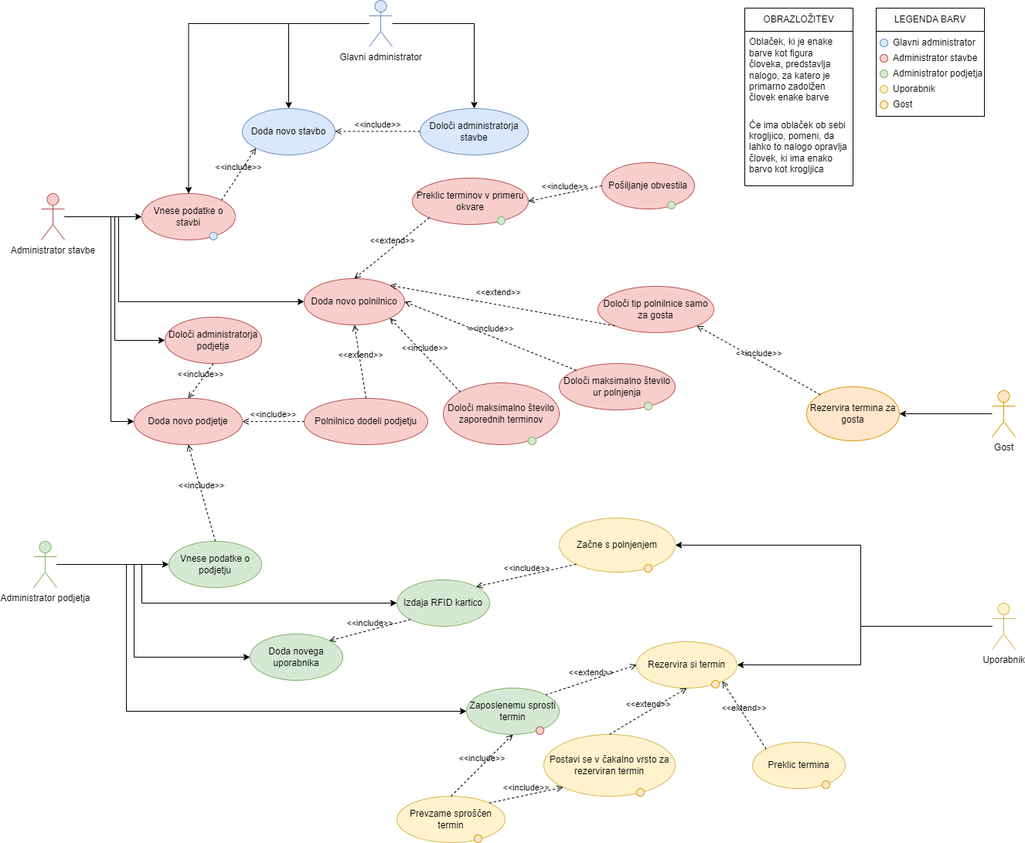
Above: diagram.png in AnzeSavli/diplomska (draw.io), before the change. Source tidied: cells renumbered, new cells last; positions are measured from the earlier drawing's top-left corner, leaving out a move shared by most shapes.
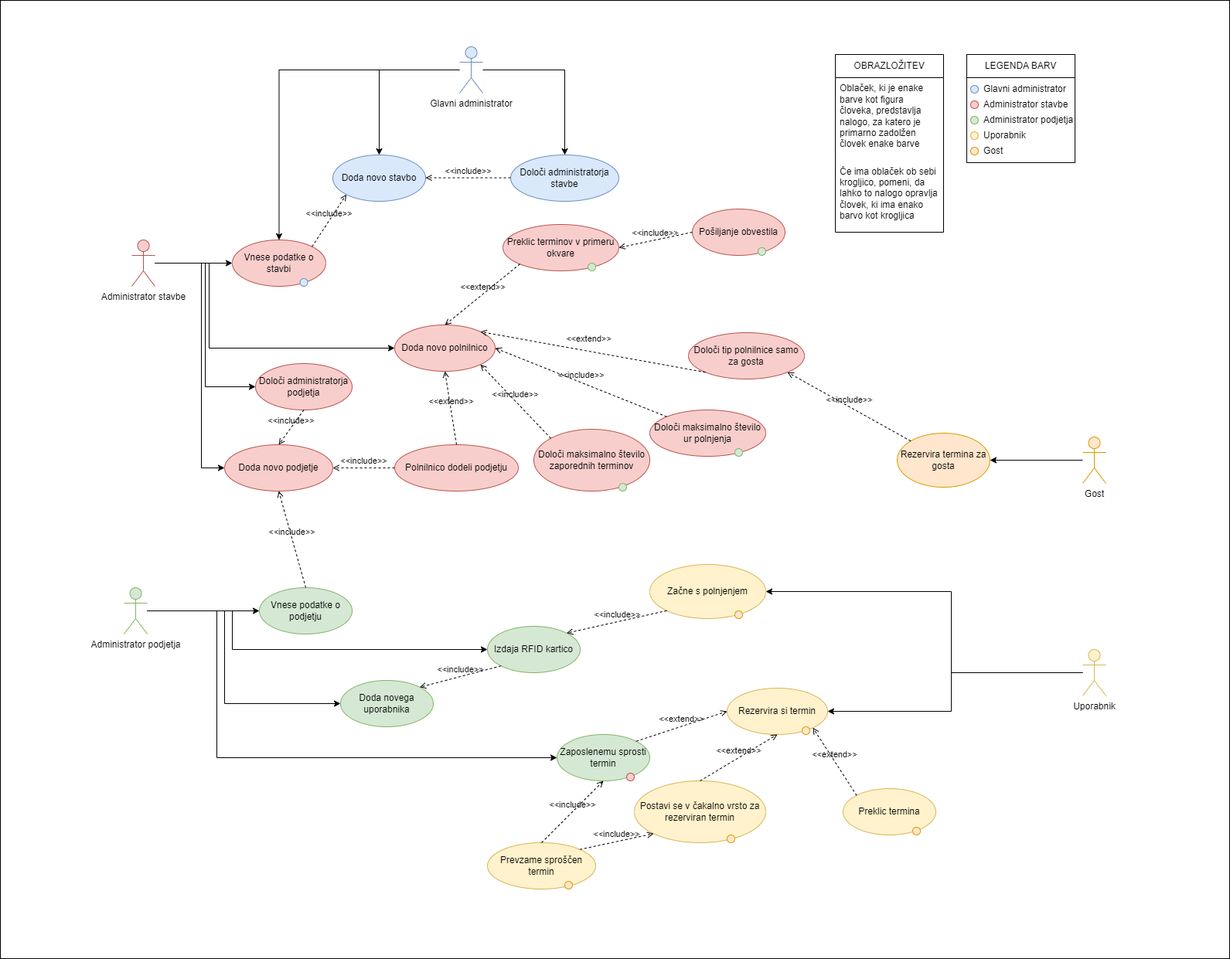
After the commit.

Change to the diagram source:
```diff
@@ -2,6 +2,9 @@
   <root>
     <mxCell id="0" />
     <mxCell id="1" parent="0" />
+    <mxCell id="89" style="rounded=0;whiteSpace=wrap;html=1;" parent="1" vertex="1">
+      <mxGeometry x="-160" y="-60" width="1590" height="1240" as="geometry" />
+    </mxCell>
     <mxCell id="2" style="rounded=0;whiteSpace=wrap;html=1;" parent="1" vertex="1">
       <mxGeometry x="1090" y="40" width="140" height="110" as="geometry" />
     </mxCell>
```
